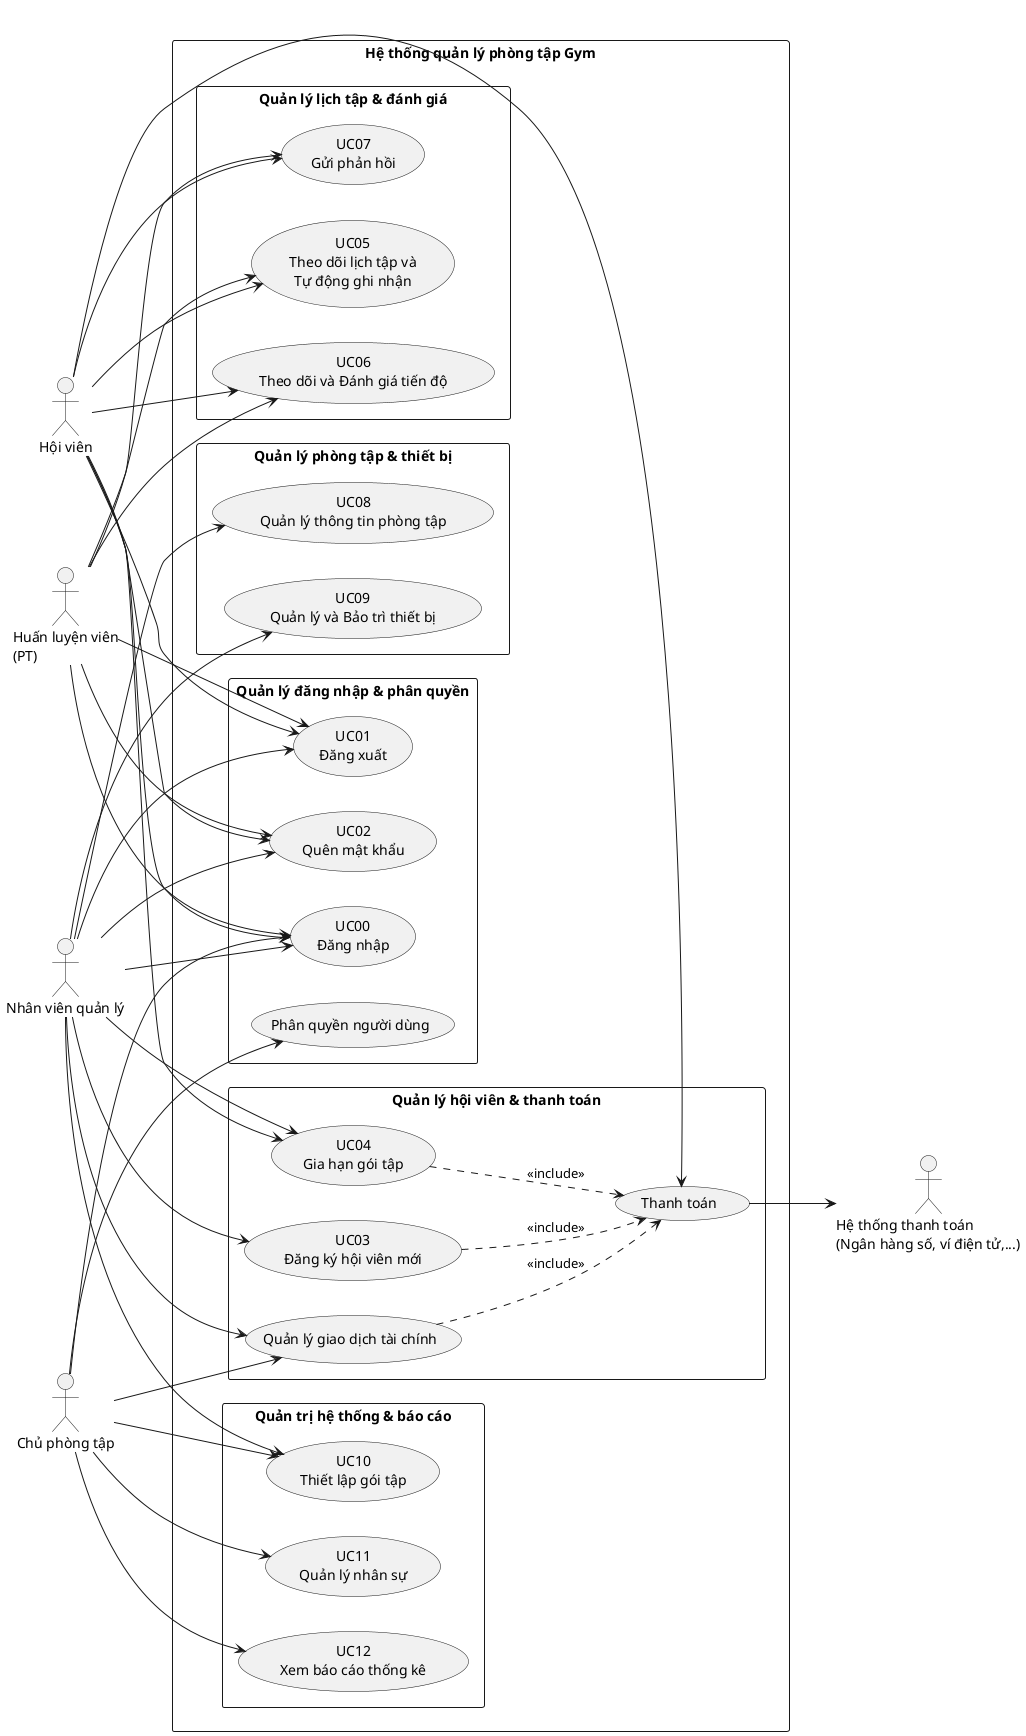
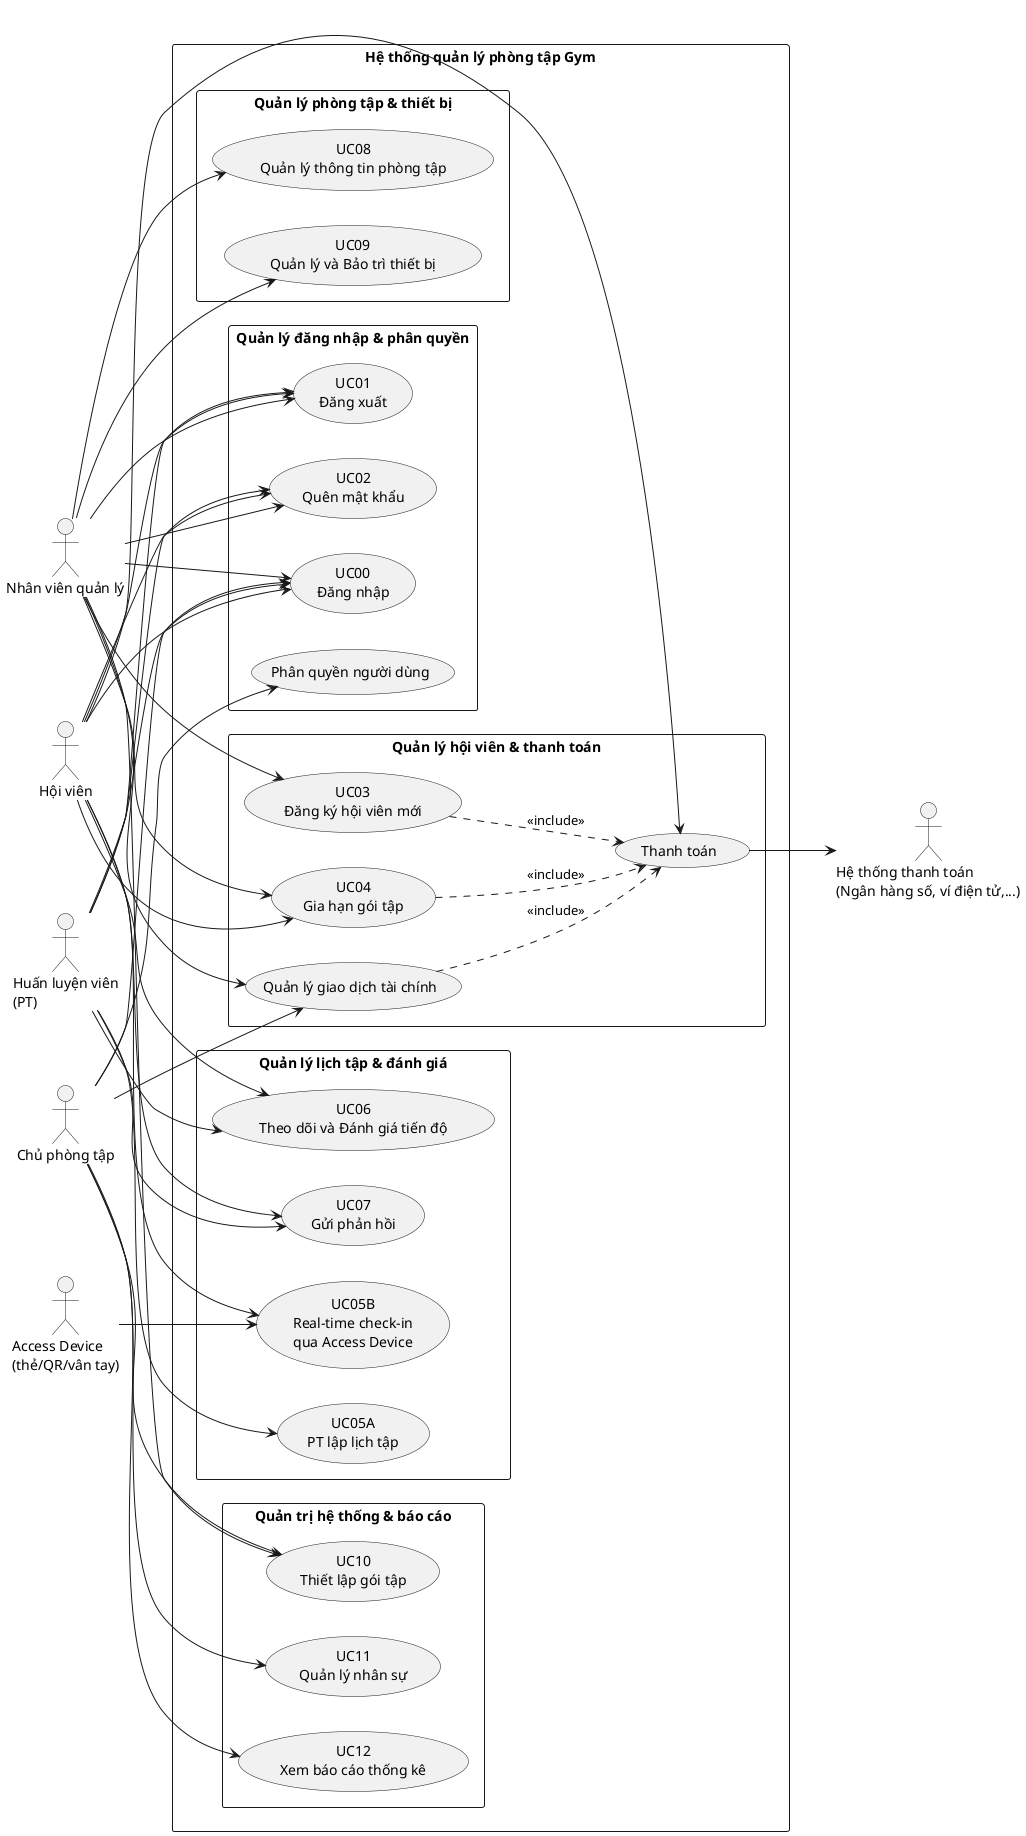
@startuml
left to right direction
skinparam packageStyle rectangle

actor "Hội viên" as Member
actor "Nhân viên quản lý" as Staff
actor "Huấn luyện viên\n(PT)" as PT
actor "Chủ phòng tập" as Owner
actor "Hệ thống thanh toán\n(Ngân hàng số, ví điện tử,...)" as PaymentSystem
+ actor "Access Device\n(thẻ/QR/vân tay)" as AccessDevice

rectangle "Hệ thống quản lý phòng tập Gym" {

  rectangle "Quản lý đăng nhập & phân quyền" {
    usecase "UC00\nĐăng nhập" as UC00
    usecase "UC01\nĐăng xuất" as UC01
    usecase "UC02\nQuên mật khẩu" as UC02
    usecase "Phân quyền người dùng" as Role
  }

  rectangle "Quản lý hội viên & thanh toán" {
    usecase "UC03\nĐăng ký hội viên mới" as UC03
    usecase "UC04\nGia hạn gói tập" as UC04
    usecase "Thanh toán" as Payment
    usecase "Quản lý giao dịch tài chính" as Transaction
  }

  rectangle "Quản lý lịch tập & đánh giá" {
-     usecase "UC05\nTheo dõi lịch tập và\nTự động ghi nhận" as UC05
+     usecase "UC05A\nPT lập lịch tập" as UC05A
+     usecase "UC05B\nReal-time check-in\nqua Access Device" as UC05B
    usecase "UC06\nTheo dõi và Đánh giá tiến độ" as UC06
    usecase "UC07\nGửi phản hồi" as UC07
  }

  rectangle "Quản lý phòng tập & thiết bị" {
    usecase "UC08\nQuản lý thông tin phòng tập" as UC08
    usecase "UC09\nQuản lý và Bảo trì thiết bị" as UC09
  }

  rectangle "Quản trị hệ thống & báo cáo" {
    usecase "UC10\nThiết lập gói tập" as UC10
    usecase "UC11\nQuản lý nhân sự" as UC11
    usecase "UC12\nXem báo cáo thống kê" as UC12
  }
}

Member --> UC00
Member --> UC01
Member --> UC02
Member --> UC04
- Member --> UC05
+ Member --> UC05B
Member --> UC06
Member --> UC07
Member --> Payment

Staff --> UC00
Staff --> UC01
Staff --> UC02
Staff --> UC03
Staff --> UC04
Staff --> UC08
Staff --> UC09
Staff --> UC10
Staff --> Transaction

PT --> UC00
PT --> UC01
PT --> UC02
- PT --> UC05
+ PT --> UC05A
PT --> UC06
PT --> UC07
+ 
+ AccessDevice --> UC05B

Owner --> UC00
Owner --> Role
Owner --> UC10
Owner --> UC11
Owner --> UC12
Owner --> Transaction

Payment --> PaymentSystem
Transaction ..> Payment : <<include>>
UC03 ..> Payment : <<include>>
UC04 ..> Payment : <<include>>
@enduml